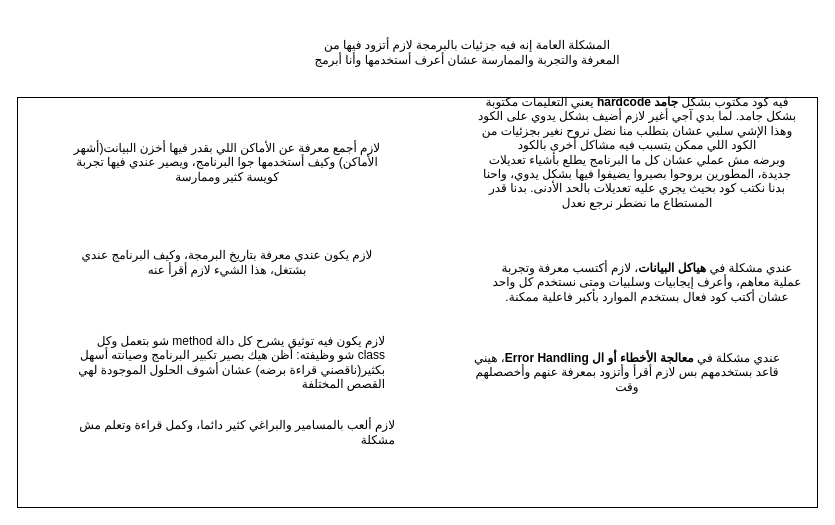
Above: page "مشاكل الكود اللي بكتبه" (4 of 6) of ToDoList App.drawio in AbdallahDaradkeh-1/ToDoList-App (draw.io), before the change. Source tidied: cells renumbered, new cells numbered last; positions are measured from the earlier drawing's top-left corner, leaving out a move shared by most shapes. Both pictures are drawn from the tidied source at 100%, with x=0, y=0 at pixel (17, 17).
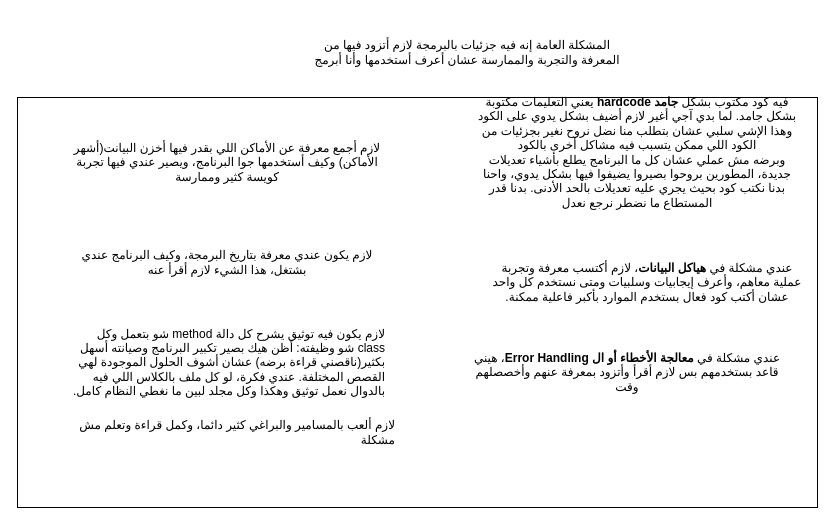
Above is the later version.

Change to the diagram source:
```diff
@@
 <mxGraphModel>
   <root>
     <mxCell id="0" />
     <mxCell id="1" parent="0" />
     <mxCell id="2" style="rounded=0;whiteSpace=wrap;html=1;" parent="1" vertex="1">
       <mxGeometry y="80" width="800" height="410" as="geometry" />
     </mxCell>
     <mxCell id="3" value="&lt;div style=&quot;direction: rtl;&quot;&gt;&lt;span style=&quot;background-color: transparent; color: light-dark(rgb(0, 0, 0), rgb(255, 255, 255));&quot;&gt;فيه كود مكتوب بشكل &lt;b&gt;جامد &lt;/b&gt;&lt;b&gt;hardcode &lt;/b&gt;يعني التعليمات مكتوبة بشكل جامد. لما بدي آجي أغير لازم أضيف بشكل يدوي على الكود وهذا الإشي سلبي عشان بتطلب منا نضل نروح نغير بجزئيات من الكود اللي ممكن يتسبب فيه مشاكل أخرى بالكود&lt;br&gt;وبرضه مش عملي عشان كل ما البرنامج يطلع بأشياء تعديلات جديدة، المطورين بروحوا بصيروا يضيفوا فيها بشكل يدوي، واحنا بدنا نكتب كود بحيث يجري عليه تعديلات بالحد الأدنى. بدنا قدر المستطاع ما نضطر نرجع نعدل&lt;/span&gt;&lt;/div&gt;" style="text;html=1;whiteSpace=wrap;strokeColor=none;fillColor=none;align=center;verticalAlign=middle;rounded=0;" parent="1" vertex="1">
       <mxGeometry x="460" y="100" width="320" height="70" as="geometry" />
     </mxCell>
     <mxCell id="4" value="&lt;div style=&quot;direction: rtl;&quot;&gt;&lt;span style=&quot;background-color: transparent; color: light-dark(rgb(0, 0, 0), rgb(255, 255, 255));&quot;&gt;عندي مشكلة في &lt;b&gt;معالجة الأخطاء أو ال Error Handling&lt;/b&gt;، هيني قاعد بستخدمهم بس لازم أقرأ وأتزود بمعرفة عنهم وأخصصلهم وقت&lt;/span&gt;&lt;/div&gt;" style="text;html=1;whiteSpace=wrap;strokeColor=none;fillColor=none;align=center;verticalAlign=middle;rounded=0;" parent="1" vertex="1">
       <mxGeometry x="450" y="320" width="320" height="70" as="geometry" />
     </mxCell>
     <mxCell id="5" value="&lt;div style=&quot;direction: rtl;&quot;&gt;&lt;span style=&quot;background-color: transparent; color: light-dark(rgb(0, 0, 0), rgb(255, 255, 255));&quot;&gt;عندي مشكلة في &lt;b&gt;هياكل البيانات&lt;/b&gt;، لازم أكتسب معرفة وتجربة عملية معاهم، وأعرف إيجابيات وسلبيات ومتى نستخدم كل واحد عشان أكتب كود فعال بستخدم الموارد بأكبر فاعلية ممكنة.&lt;/span&gt;&lt;/div&gt;" style="text;html=1;whiteSpace=wrap;strokeColor=none;fillColor=none;align=center;verticalAlign=middle;rounded=0;" parent="1" vertex="1">
       <mxGeometry x="470" y="230" width="320" height="70" as="geometry" />
     </mxCell>
     <mxCell id="6" value="&lt;div style=&quot;direction: rtl;&quot;&gt;المشكلة العامة إنه فيه جزئيات بالبرمجة لازم أتزود فيها من المعرفة والتجربة والممارسة عشان أعرف أستخدمها وأنا أبرمج&lt;/div&gt;" style="text;html=1;whiteSpace=wrap;strokeColor=none;fillColor=none;align=center;verticalAlign=middle;rounded=0;" parent="1" vertex="1">
       <mxGeometry x="290" width="320" height="70" as="geometry" />
     </mxCell>
     <mxCell id="7" value="&lt;div style=&quot;direction: rtl;&quot;&gt;لازم أجمع معرفة عن الأماكن اللي بقدر فيها أخزن البيانت(أشهر الأماكن) وكيف أستخدمها جوا البرنامج، ويصير عندي فيها تجربة كويسة كثير وممارسة&lt;/div&gt;" style="text;html=1;whiteSpace=wrap;strokeColor=none;fillColor=none;align=center;verticalAlign=middle;rounded=0;" parent="1" vertex="1">
       <mxGeometry x="50" y="110" width="320" height="70" as="geometry" />
     </mxCell>
     <mxCell id="8" value="لازم يكون عندي معرفة بتاريخ البرمجة، وكيف البرنامج عندي بشتغل، هذا الشيء لازم أقرأ عنه" style="text;html=1;whiteSpace=wrap;strokeColor=none;fillColor=none;align=center;verticalAlign=middle;rounded=0;" parent="1" vertex="1">
       <mxGeometry x="50" y="210" width="320" height="70" as="geometry" />
     </mxCell>
-    <mxCell id="9" value="&lt;div style=&quot;direction: rtl;&quot;&gt;لازم يكون فيه توثيق يشرح كل دالة method شو بتعمل وكل class شو وظيفته: أظن هيك بصير تكبير البرنامج وصيانته أسهل بكثير(ناقصني قراءة برضه) عشان أشوف الحلول الموجودة لهي القصص المختلفة&lt;/div&gt;" style="text;html=1;whiteSpace=wrap;strokeColor=none;fillColor=none;align=right;verticalAlign=middle;rounded=0;" parent="1" vertex="1">
+    <mxCell id="9" value="&lt;div style=&quot;direction: rtl;&quot;&gt;لازم يكون فيه توثيق يشرح كل دالة method شو بتعمل وكل class شو وظيفته: أظن هيك بصير تكبير البرنامج وصيانته أسهل بكثير(ناقصني قراءة برضه) عشان أشوف الحلول الموجودة لهي القصص المختلفة. عندي فكرة، لو كل ملف بالكلاس اللي فيه بالدوال نعمل توثيق وهكذا وكل مجلد لبين ما نغطي النظام كامل.&lt;/div&gt;" style="text;html=1;whiteSpace=wrap;strokeColor=none;fillColor=none;align=right;verticalAlign=middle;rounded=0;" parent="1" vertex="1">
       <mxGeometry x="50" y="310" width="320" height="70" as="geometry" />
     </mxCell>
     <mxCell id="10" value="لازم ألعب بالمسامير والبراغي كثير دائما، وكمل قراءة وتعلم مش مشكلة" style="text;html=1;whiteSpace=wrap;strokeColor=none;fillColor=none;align=right;verticalAlign=middle;rounded=0;" parent="1" vertex="1">
       <mxGeometry x="60" y="380" width="320" height="70" as="geometry" />
     </mxCell>
   </root>
 </mxGraphModel>
```
